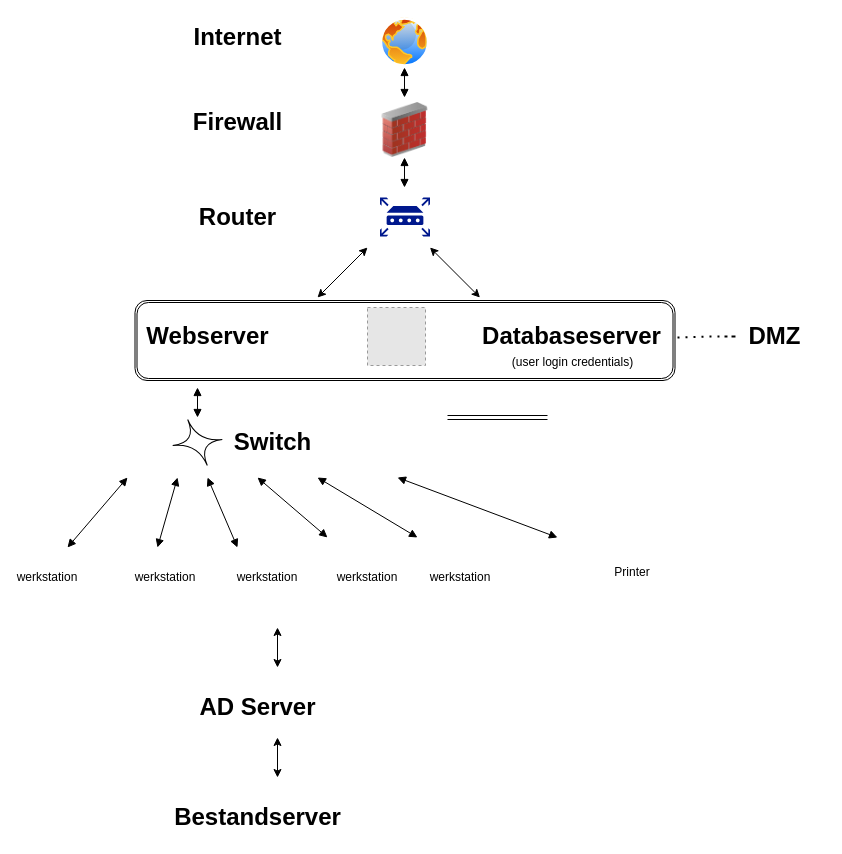
Above: Network Diagram.drawio in Denizgezik/Portfolio (draw.io), before the change. Source tidied: cells renumbered, new cells numbered last; positions are measured from the earlier drawing's top-left corner, leaving out a move shared by most shapes. Both pictures are drawn from the tidied source at 100%, with x=0, y=0 at pixel (17, 17). Pictures stored in the file or linked from it are replaced by grey dashed boxes.
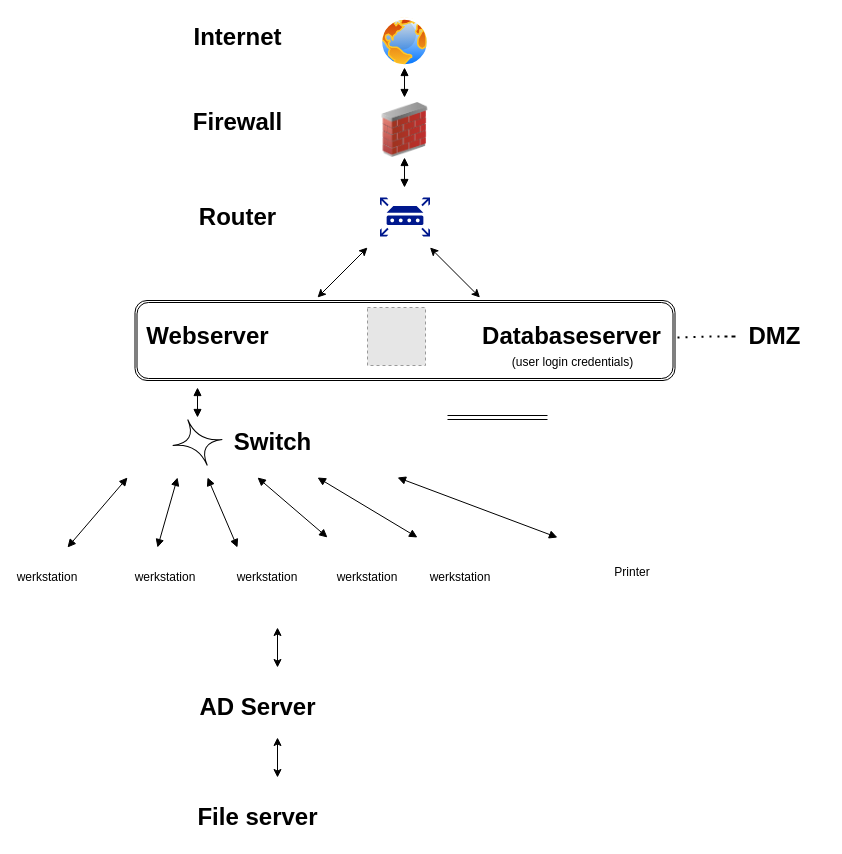
After the change.

Change to the diagram source:
```diff
@@
-    <mxCell id="34" value="Bestandserver" style="text;strokeColor=none;fillColor=none;html=1;fontSize=24;fontStyle=1;verticalAlign=middle;align=center;" parent="1" vertex="1">
+    <mxCell id="34" value="File server" style="text;strokeColor=none;fillColor=none;html=1;fontSize=24;fontStyle=1;verticalAlign=middle;align=center;" parent="1" vertex="1">
       <mxGeometry x="190" y="780" width="100" height="40" as="geometry" />
     </mxCell>
```
